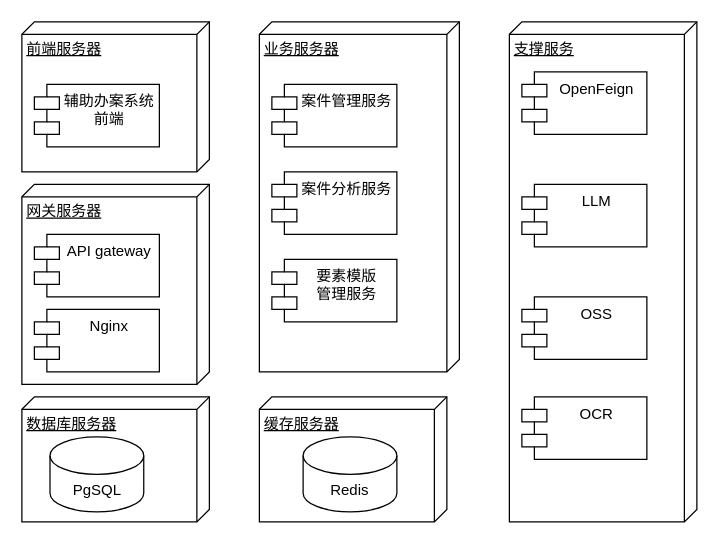
Before: 系统物理视图.drawio in Lainy0605/graduate, a draw.io diagram. Source tidied: cells renumbered, new cells numbered last; positions are measured from the earlier drawing's top-left corner, leaving out a move shared by most shapes. Both pictures are drawn from the tidied source at 125%, with x=0, y=0 at pixel (21, 21).
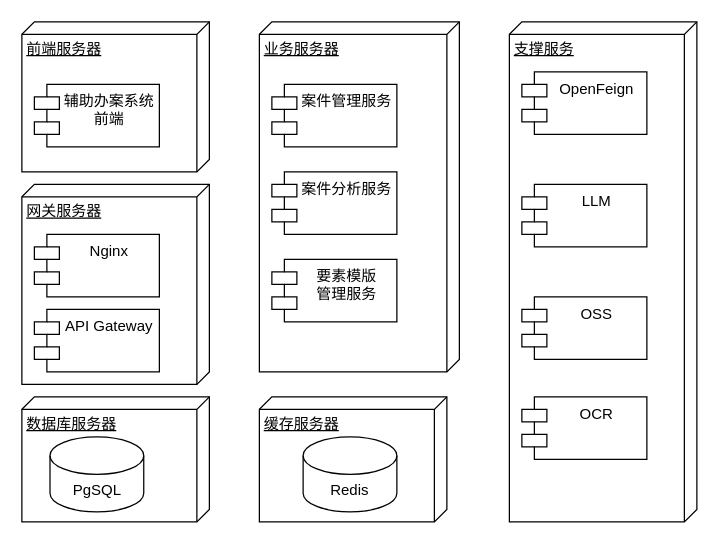
The same page after the edit.

Commit message:
更新系统物理视图.drawio

What changed in the source:
```diff
@@
 <mxGraphModel>
   <root>
     <mxCell id="0" />
     <mxCell id="1" parent="0" />
     <mxCell id="2" value="前端服务器" style="verticalAlign=top;align=left;spacingTop=8;spacingLeft=2;spacingRight=12;shape=cube;size=10;direction=south;fontStyle=4;html=1;whiteSpace=wrap;" parent="1" vertex="1">
       <mxGeometry width="150" height="120" as="geometry" />
     </mxCell>
     <mxCell id="3" value="辅助办案系统前端" style="shape=module;align=left;spacingLeft=20;align=center;verticalAlign=top;whiteSpace=wrap;html=1;" parent="1" vertex="1">
       <mxGeometry x="10" y="50" width="100" height="50" as="geometry" />
     </mxCell>
     <mxCell id="4" value="网关服务器" style="verticalAlign=top;align=left;spacingTop=8;spacingLeft=2;spacingRight=12;shape=cube;size=10;direction=south;fontStyle=4;html=1;whiteSpace=wrap;" parent="1" vertex="1">
       <mxGeometry y="130" width="150" height="160" as="geometry" />
     </mxCell>
-    <mxCell id="5" value="API gateway" style="shape=module;align=left;spacingLeft=20;align=center;verticalAlign=top;whiteSpace=wrap;html=1;" parent="1" vertex="1">
+    <mxCell id="5" value="Nginx" style="shape=module;align=left;spacingLeft=20;align=center;verticalAlign=top;whiteSpace=wrap;html=1;" parent="1" vertex="1">
       <mxGeometry x="10" y="170" width="100" height="50" as="geometry" />
     </mxCell>
-    <mxCell id="6" value="Nginx" style="shape=module;align=left;spacingLeft=20;align=center;verticalAlign=top;whiteSpace=wrap;html=1;" parent="1" vertex="1">
+    <mxCell id="6" value="API Gateway" style="shape=module;align=left;spacingLeft=20;align=center;verticalAlign=top;whiteSpace=wrap;html=1;" parent="1" vertex="1">
       <mxGeometry x="10" y="230" width="100" height="50" as="geometry" />
     </mxCell>
     <mxCell id="7" value="数据库服务器" style="verticalAlign=top;align=left;spacingTop=8;spacingLeft=2;spacingRight=12;shape=cube;size=10;direction=south;fontStyle=4;html=1;whiteSpace=wrap;" parent="1" vertex="1">
       <mxGeometry y="300" width="150" height="100" as="geometry" />
     </mxCell>
     <mxCell id="8" value="业务服务器" style="verticalAlign=top;align=left;spacingTop=8;spacingLeft=2;spacingRight=12;shape=cube;size=10;direction=south;fontStyle=4;html=1;whiteSpace=wrap;" parent="1" vertex="1">
       <mxGeometry x="190" width="160" height="280" as="geometry" />
     </mxCell>
     <mxCell id="9" value="案件管理服务" style="shape=module;align=left;spacingLeft=20;align=center;verticalAlign=top;whiteSpace=wrap;html=1;" parent="1" vertex="1">
       <mxGeometry x="200" y="50" width="100" height="50" as="geometry" />
     </mxCell>
     <mxCell id="10" value="案件分析服务" style="shape=module;align=left;spacingLeft=20;align=center;verticalAlign=top;whiteSpace=wrap;html=1;" parent="1" vertex="1">
       <mxGeometry x="200" y="120" width="100" height="50" as="geometry" />
     </mxCell>
     <mxCell id="11" value="要素模版&lt;div&gt;管理服务&lt;/div&gt;" style="shape=module;align=left;spacingLeft=20;align=center;verticalAlign=top;whiteSpace=wrap;html=1;" parent="1" vertex="1">
       <mxGeometry x="200" y="190" width="100" height="50" as="geometry" />
     </mxCell>
     <mxCell id="12" value="支撑服务" style="verticalAlign=top;align=left;spacingTop=8;spacingLeft=2;spacingRight=12;shape=cube;size=10;direction=south;fontStyle=4;html=1;whiteSpace=wrap;" parent="1" vertex="1">
       <mxGeometry x="390" width="150" height="400" as="geometry" />
     </mxCell>
     <mxCell id="13" value="OpenFeign" style="shape=module;align=left;spacingLeft=20;align=center;verticalAlign=top;whiteSpace=wrap;html=1;" parent="1" vertex="1">
       <mxGeometry x="400" y="40" width="100" height="50" as="geometry" />
     </mxCell>
     <mxCell id="14" value="OSS" style="shape=module;align=left;spacingLeft=20;align=center;verticalAlign=top;whiteSpace=wrap;html=1;" parent="1" vertex="1">
       <mxGeometry x="400" y="220" width="100" height="50" as="geometry" />
     </mxCell>
     <mxCell id="15" value="OCR" style="shape=module;align=left;spacingLeft=20;align=center;verticalAlign=top;whiteSpace=wrap;html=1;" parent="1" vertex="1">
       <mxGeometry x="400" y="300" width="100" height="50" as="geometry" />
     </mxCell>
     <mxCell id="16" value="缓存服务器" style="verticalAlign=top;align=left;spacingTop=8;spacingLeft=2;spacingRight=12;shape=cube;size=10;direction=south;fontStyle=4;html=1;whiteSpace=wrap;" parent="1" vertex="1">
       <mxGeometry x="190" y="300" width="150" height="100" as="geometry" />
     </mxCell>
     <mxCell id="17" value="Redis" style="shape=cylinder3;whiteSpace=wrap;html=1;boundedLbl=1;backgroundOutline=1;size=15;" parent="1" vertex="1">
       <mxGeometry x="225" y="332" width="75" height="60" as="geometry" />
     </mxCell>
     <mxCell id="18" value="PgSQL" style="shape=cylinder3;whiteSpace=wrap;html=1;boundedLbl=1;backgroundOutline=1;size=15;" parent="1" vertex="1">
       <mxGeometry x="22.5" y="332" width="75" height="60" as="geometry" />
     </mxCell>
     <mxCell id="19" value="LLM" style="shape=module;align=left;spacingLeft=20;align=center;verticalAlign=top;whiteSpace=wrap;html=1;" parent="1" vertex="1">
       <mxGeometry x="400" y="130" width="100" height="50" as="geometry" />
     </mxCell>
   </root>
 </mxGraphModel>
```
